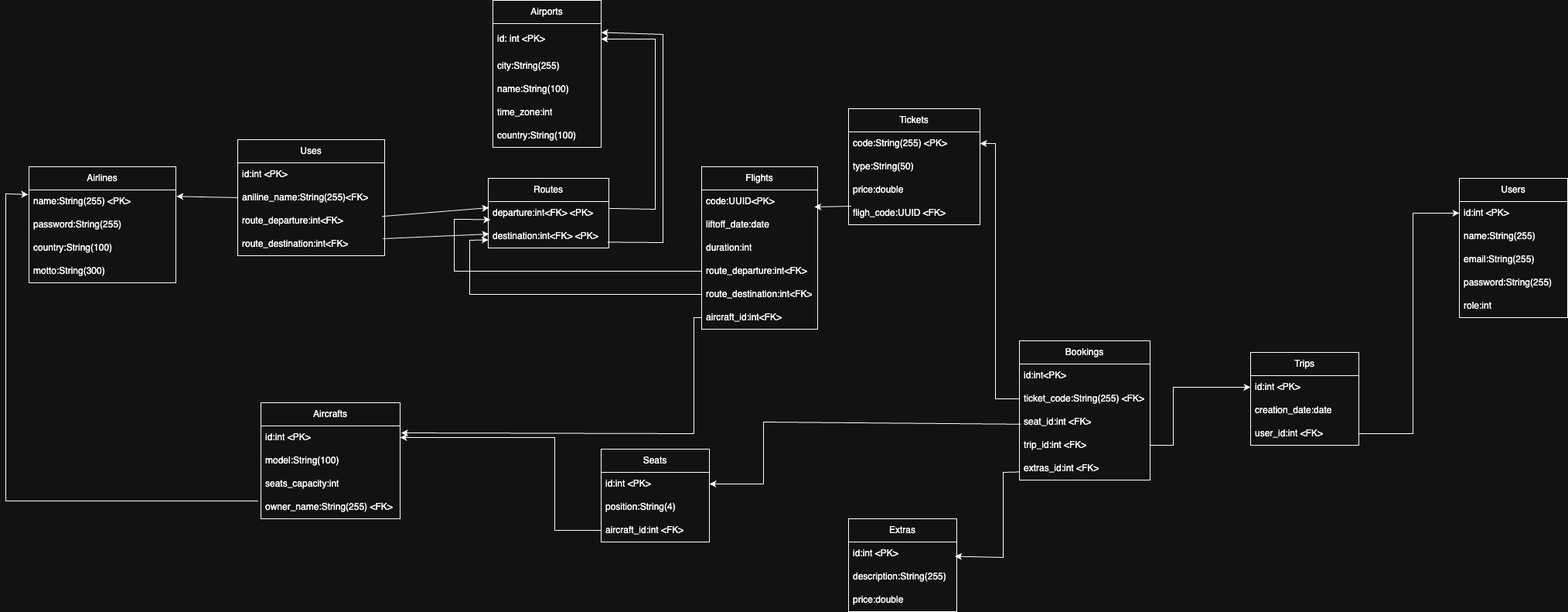
The draw.io diagram backend/database/TAWdb.drawio.png in CunioloRaffaele/TAW, before a commit. Source tidied: cells renumbered, new cells last; positions are measured from the earlier drawing's top-left corner, leaving out a move shared by most shapes.
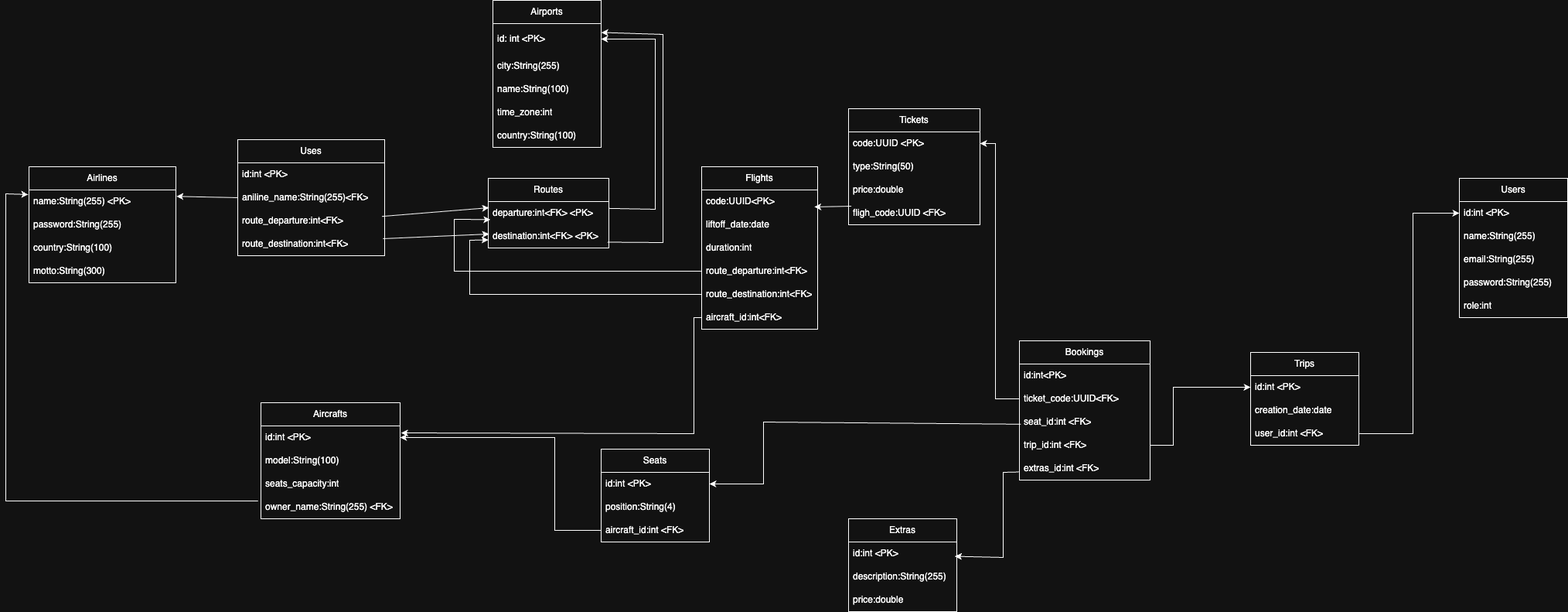
The same file after the commit.

Change to the diagram source:
```diff
@@ -47,7 +47,7 @@
     <mxCell id="16" value="Tickets" style="swimlane;fontStyle=0;horizontal=1;startSize=30;whiteSpace=wrap;html=1;" parent="1" vertex="1">
       <mxGeometry x="1090" y="140" width="170" height="150" as="geometry" />
     </mxCell>
-    <mxCell id="17" value="code:String(255) &amp;lt;PK&amp;gt;" style="text;strokeColor=none;fillColor=none;align=left;verticalAlign=middle;spacingLeft=4;spacingRight=4;overflow=hidden;points=[[0,0.5],[1,0.5]];portConstraint=eastwest;whiteSpace=wrap;html=1;" parent="16" vertex="1">
+    <mxCell id="17" value="code:UUID &amp;lt;PK&amp;gt;" style="text;strokeColor=none;fillColor=none;align=left;verticalAlign=middle;spacingLeft=4;spacingRight=4;overflow=hidden;points=[[0,0.5],[1,0.5]];portConstraint=eastwest;whiteSpace=wrap;html=1;" parent="16" vertex="1">
       <mxGeometry y="30" width="170" height="30" as="geometry" />
     </mxCell>
     <mxCell id="18" value="type:String(50)" style="text;strokeColor=none;fillColor=none;align=left;verticalAlign=middle;spacingLeft=4;spacingRight=4;overflow=hidden;whiteSpace=wrap;html=1;" parent="16" vertex="1">
@@ -229,7 +229,7 @@
     <mxCell id="66" value="id:int&amp;lt;PK&amp;gt;" style="text;strokeColor=none;fillColor=none;align=left;verticalAlign=middle;spacingLeft=4;spacingRight=4;overflow=hidden;whiteSpace=wrap;html=1;" parent="65" vertex="1">
       <mxGeometry y="30" width="169" height="30" as="geometry" />
     </mxCell>
-    <mxCell id="67" value="ticket_code:String(255) &amp;lt;FK&amp;gt;" style="text;strokeColor=none;fillColor=none;align=left;verticalAlign=middle;spacingLeft=4;spacingRight=4;overflow=hidden;points=[[0,0.5],[1,0.5]];portConstraint=eastwest;whiteSpace=wrap;html=1;" parent="65" vertex="1">
+    <mxCell id="67" value="ticket_code:UUID&amp;lt;FK&amp;gt;" style="text;strokeColor=none;fillColor=none;align=left;verticalAlign=middle;spacingLeft=4;spacingRight=4;overflow=hidden;points=[[0,0.5],[1,0.5]];portConstraint=eastwest;whiteSpace=wrap;html=1;" parent="65" vertex="1">
       <mxGeometry y="60" width="169" height="30" as="geometry" />
     </mxCell>
     <mxCell id="68" value="seat_id:int &amp;lt;FK&amp;gt;" style="text;strokeColor=none;fillColor=none;align=left;verticalAlign=middle;spacingLeft=4;spacingRight=4;overflow=hidden;points=[[0,0.5],[1,0.5]];portConstraint=eastwest;whiteSpace=wrap;html=1;" parent="65" vertex="1">
```
